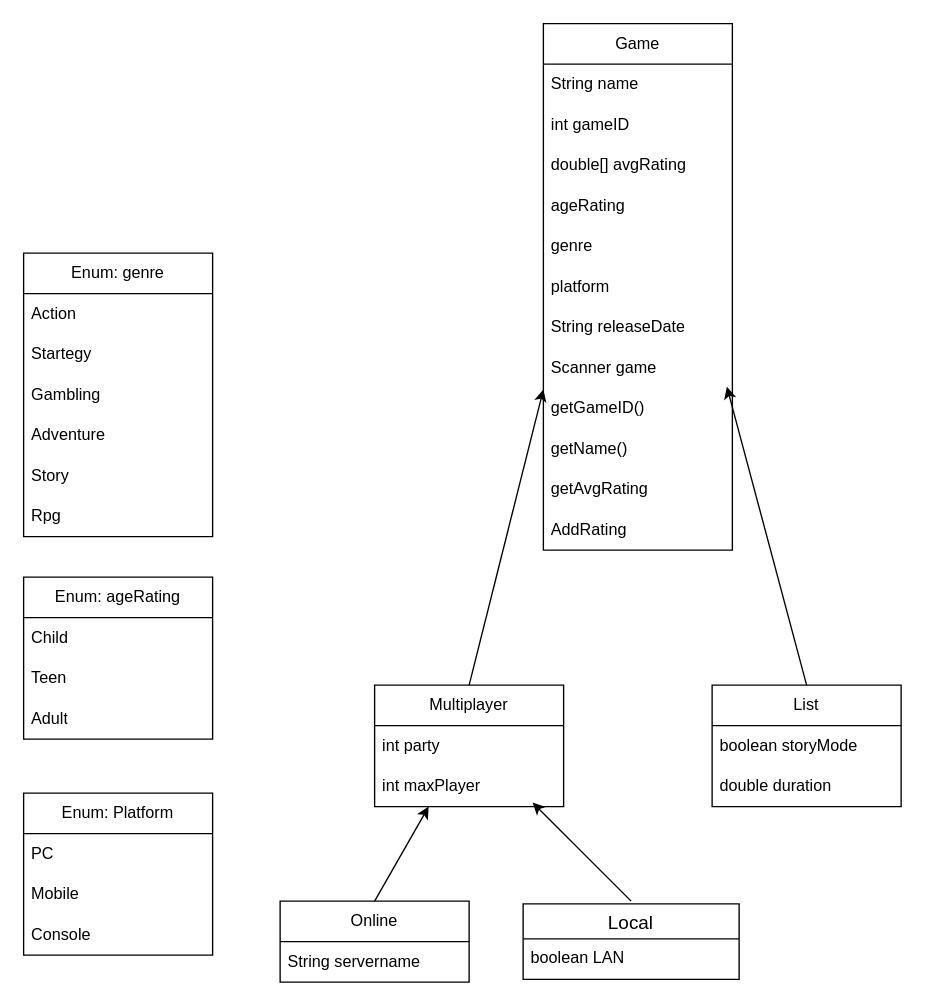
The draw.io diagram Deliverable1.1.drawio in MyCodeBuggingDzl/Project-Programming1, before the edit. Source tidied: cells renumbered, new cells numbered last; positions are measured from the earlier drawing's top-left corner, leaving out a move shared by most shapes. Both pictures are drawn from the tidied source at 135%, with x=0, y=0 at pixel (23, 23).
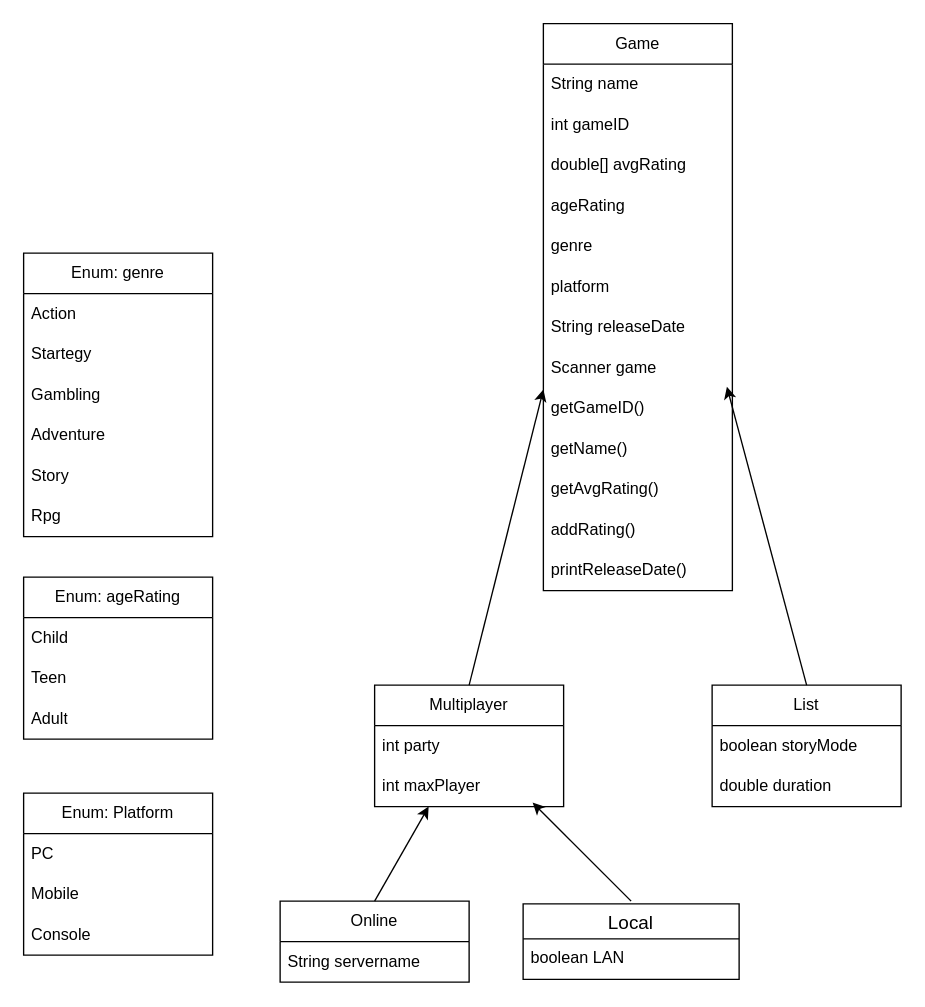
The same page after the edit.

The edit, as a diff of the source:
```diff
@@
     <mxCell id="2" value="Game" style="swimlane;fontStyle=0;horizontal=1;startSize=30;whiteSpace=wrap;html=1;" parent="1" vertex="1">
-      <mxGeometry x="385" width="140" height="390" as="geometry" />
+      <mxGeometry x="385" width="140" height="420" as="geometry" />
     </mxCell>
@@
-    <mxCell id="13" value="getAvgRating" style="text;strokeColor=none;fillColor=none;align=left;verticalAlign=middle;spacingLeft=4;spacingRight=4;overflow=hidden;whiteSpace=wrap;html=1;" parent="2" vertex="1">
+    <mxCell id="13" value="getAvgRating()" style="text;strokeColor=none;fillColor=none;align=left;verticalAlign=middle;spacingLeft=4;spacingRight=4;overflow=hidden;whiteSpace=wrap;html=1;" parent="2" vertex="1">
       <mxGeometry y="330" width="140" height="30" as="geometry" />
     </mxCell>
-    <mxCell id="14" value="AddRating" style="text;strokeColor=none;fillColor=none;align=left;verticalAlign=middle;spacingLeft=4;spacingRight=4;overflow=hidden;whiteSpace=wrap;html=1;" parent="2" vertex="1">
+    <mxCell id="14" value="addRating()" style="text;strokeColor=none;fillColor=none;align=left;verticalAlign=middle;spacingLeft=4;spacingRight=4;overflow=hidden;whiteSpace=wrap;html=1;" parent="2" vertex="1">
       <mxGeometry y="360" width="140" height="30" as="geometry" />
     </mxCell>
+    <mxCell id="44" value="printReleaseDate()" style="text;strokeColor=none;fillColor=none;align=left;verticalAlign=middle;spacingLeft=4;spacingRight=4;overflow=hidden;whiteSpace=wrap;html=1;" parent="2" vertex="1">
+      <mxGeometry y="390" width="140" height="30" as="geometry" />
+    </mxCell>
```
